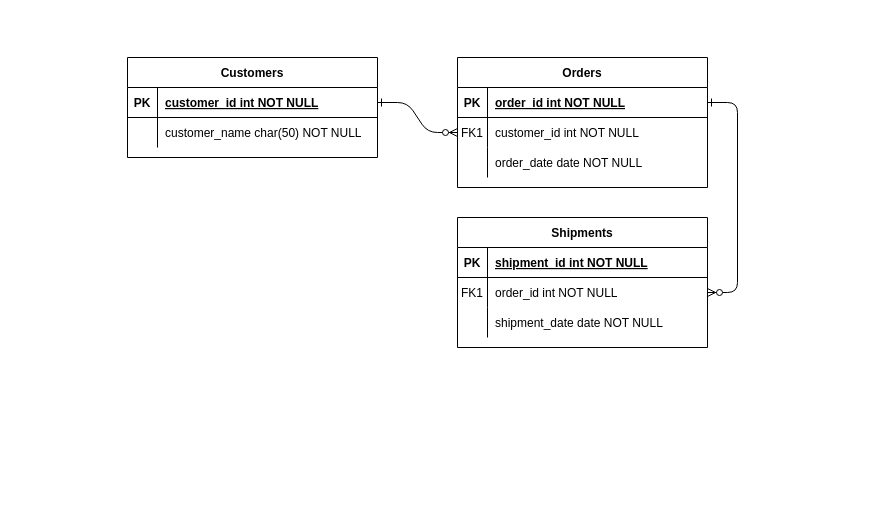
yrvlande/AngularApp keeps this draw.io diagram as Untitled Diagram.drawio. Above is the earlier version. Source tidied: cells renumbered, new cells numbered last; positions are measured from the earlier drawing's top-left corner, leaving out a move shared by most shapes. Both pictures are drawn from the tidied source at 100%, with x=0, y=0 at pixel (127, 57).
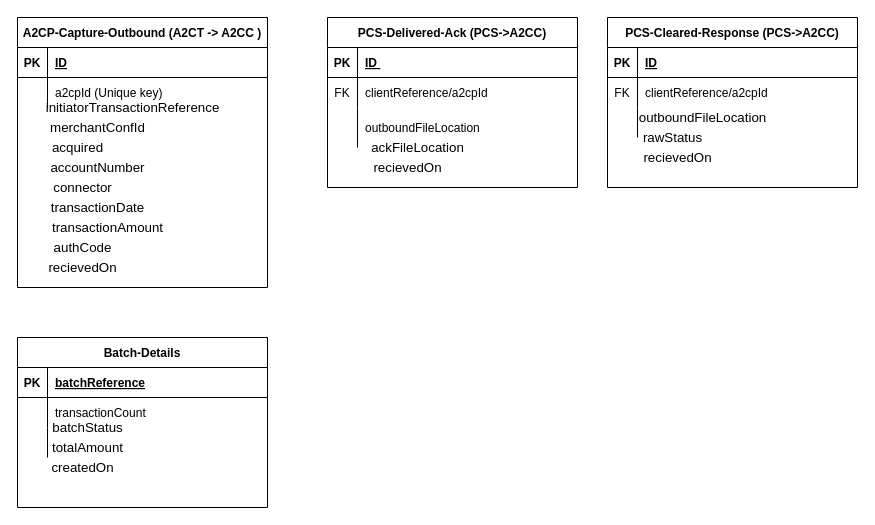
After the change.

Unchanged cells that the change refers to:
```xml
<mxCell id="5" style="shape=partialRectangle;fillColor=none;points=[[0,0.5],[1,0.5]];portConstraint=eastwest;top=0;left=0;right=0;bottom=1;" parent="4" vertex="1">
  <mxGeometry y="30" width="250" height="30" as="geometry" />
</mxCell>
<mxCell id="8" style="shape=partialRectangle;fillColor=none;points=[[0,0.5],[1,0.5]];portConstraint=eastwest;top=0;left=0;right=0;bottom=0;" parent="4" vertex="1">
  <mxGeometry y="60" width="250" height="30" as="geometry" />
</mxCell>
<mxCell id="15" style="shape=partialRectangle;fillColor=none;top=0;left=0;right=0;bottom=1;" parent="14" vertex="1">
  <mxGeometry y="30" width="250" height="30" as="geometry" />
</mxCell>
<mxCell id="18" style="shape=partialRectangle;fillColor=none;points=[[0,0.5],[1,0.5]];portConstraint=eastwest;top=0;left=0;right=0;bottom=0;" parent="14" vertex="1">
  <mxGeometry y="60" width="250" height="30" as="geometry" />
</mxCell>
<mxCell id="21" style="shape=partialRectangle;fillColor=none;top=0;left=0;right=0;bottom=0;" parent="14" vertex="1">
  <mxGeometry y="90" width="250" height="30" as="geometry" />
</mxCell>
<mxCell id="25" style="shape=partialRectangle;fillColor=none;points=[[0,0.5],[1,0.5]];portConstraint=eastwest;top=0;left=0;right=0;bottom=1;" parent="24" vertex="1">
  <mxGeometry y="30" width="250" height="30" as="geometry" />
</mxCell>
<mxCell id="28" style="shape=partialRectangle;fillColor=none;top=0;left=0;right=0;bottom=0;" parent="24" vertex="1">
  <mxGeometry y="60" width="250" height="30" as="geometry" />
</mxCell>
```

What changed in the source:
```diff
@@
-    <mxCell id="2" style="edgeStyle=entityRelationEdgeStyle;endArrow=ERzeroToMany;startArrow=ERone;endFill=1;startFill=0;" parent="1" edge="1" source="25" target="8">
-      <mxGeometry relative="1" as="geometry" />
-    </mxCell>
-    <mxCell id="3" style="edgeStyle=entityRelationEdgeStyle;endArrow=ERzeroToMany;startArrow=ERone;endFill=1;startFill=0;" parent="1" edge="1" source="5" target="18">
-      <mxGeometry relative="1" as="geometry" />
-    </mxCell>
-    <mxCell id="4" value="Orders" style="shape=table;startSize=30;childLayout=tableLayout;rowLines=0;fontStyle=1;align=center;" parent="1" vertex="1">
-      <mxGeometry x="330" width="250" height="130" as="geometry" />
+    <mxCell id="4" value="PCS-Delivered-Ack (PCS-&gt;A2CC)" style="shape=table;startSize=30;childLayout=tableLayout;rowLines=0;fontStyle=1;align=center;" parent="1" vertex="1">
+      <mxGeometry x="200" y="-40" width="250" height="170" as="geometry" />
     </mxCell>
@@
-    <mxCell id="7" value="order_id int NOT NULL " style="shape=partialRectangle;overflow=hidden;fillColor=none;top=0;left=0;bottom=0;right=0;align=left;spacingLeft=6;fontStyle=5;" parent="5" vertex="1">
+    <mxCell id="7" value="ID " style="shape=partialRectangle;overflow=hidden;fillColor=none;top=0;left=0;bottom=0;right=0;align=left;spacingLeft=6;fontStyle=5;" parent="5" vertex="1">
       <mxGeometry x="30" width="220" height="30" as="geometry" />
     </mxCell>
@@
-    <mxCell id="9" value="FK1" style="shape=partialRectangle;overflow=hidden;fillColor=none;top=0;left=0;bottom=0;right=0;" parent="8" vertex="1">
+    <mxCell id="9" value="FK" style="shape=partialRectangle;overflow=hidden;fillColor=none;top=0;left=0;bottom=0;right=0;" parent="8" vertex="1">
       <mxGeometry width="30" height="30" as="geometry" />
     </mxCell>
-    <mxCell id="10" value="customer_id int NOT NULL" style="shape=partialRectangle;overflow=hidden;fillColor=none;top=0;left=0;bottom=0;right=0;align=left;spacingLeft=6;" parent="8" vertex="1">
+    <mxCell id="10" value="clientReference/a2cpId" style="shape=partialRectangle;overflow=hidden;fillColor=none;top=0;left=0;bottom=0;right=0;align=left;spacingLeft=6;" parent="8" vertex="1">
       <mxGeometry x="30" width="220" height="30" as="geometry" />
     </mxCell>
     <mxCell id="11" style="shape=partialRectangle;fillColor=none;top=0;left=0;right=0;bottom=0;" parent="4" vertex="1">
-      <mxGeometry y="90" width="250" height="30" as="geometry" />
+      <mxGeometry y="90" width="250" height="40" as="geometry" />
     </mxCell>
     <mxCell id="12" style="shape=partialRectangle;overflow=hidden;fillColor=none;top=0;left=0;bottom=0;right=0;" parent="11" vertex="1">
-      <mxGeometry width="30" height="30" as="geometry" />
+      <mxGeometry width="30" height="40" as="geometry" />
     </mxCell>
-    <mxCell id="13" value="order_date date NOT NULL" style="shape=partialRectangle;overflow=hidden;fillColor=none;top=0;left=0;bottom=0;right=0;align=left;spacingLeft=6;" parent="11" vertex="1">
-      <mxGeometry x="30" width="220" height="30" as="geometry" />
+    <mxCell id="13" value="outboundFileLocation" style="shape=partialRectangle;overflow=hidden;fillColor=none;top=0;left=0;bottom=0;right=0;align=left;spacingLeft=6;" parent="11" vertex="1">
+      <mxGeometry x="30" width="220" height="40" as="geometry" />
     </mxCell>
-    <mxCell id="14" value="Shipments" style="shape=table;startSize=30;childLayout=tableLayout;rowLines=0;fontStyle=1;align=center;" parent="1" vertex="1">
-      <mxGeometry x="330" y="160" width="250" height="130" as="geometry" />
+    <mxCell id="14" value="PCS-Cleared-Response (PCS-&gt;A2CC)" style="shape=table;startSize=30;childLayout=tableLayout;rowLines=0;fontStyle=1;align=center;" parent="1" vertex="1">
+      <mxGeometry x="480" y="-40" width="250" height="170" as="geometry" />
     </mxCell>
@@
-    <mxCell id="17" value="shipment_id int NOT NULL " style="shape=partialRectangle;overflow=hidden;fillColor=none;top=0;left=0;bottom=0;right=0;align=left;spacingLeft=6;fontStyle=5;" parent="15" vertex="1">
+    <mxCell id="17" value="ID" style="shape=partialRectangle;overflow=hidden;fillColor=none;top=0;left=0;bottom=0;right=0;align=left;spacingLeft=6;fontStyle=5;" parent="15" vertex="1">
       <mxGeometry x="30" width="220" height="30" as="geometry" />
     </mxCell>
@@
-    <mxCell id="19" value="FK1" style="shape=partialRectangle;overflow=hidden;fillColor=none;top=0;left=0;bottom=0;right=0;" parent="18" vertex="1">
+    <mxCell id="19" value="FK" style="shape=partialRectangle;overflow=hidden;fillColor=none;top=0;left=0;bottom=0;right=0;" parent="18" vertex="1">
       <mxGeometry width="30" height="30" as="geometry" />
     </mxCell>
-    <mxCell id="20" value="order_id int NOT NULL" style="shape=partialRectangle;overflow=hidden;fillColor=none;top=0;left=0;bottom=0;right=0;align=left;spacingLeft=6;" parent="18" vertex="1">
+    <mxCell id="20" value="clientReference/a2cpId " style="shape=partialRectangle;overflow=hidden;fillColor=none;top=0;left=0;bottom=0;right=0;align=left;spacingLeft=6;" parent="18" vertex="1">
       <mxGeometry x="30" width="220" height="30" as="geometry" />
     </mxCell>
@@
-    <mxCell id="23" value="shipment_date date NOT NULL" style="shape=partialRectangle;overflow=hidden;fillColor=none;top=0;left=0;bottom=0;right=0;align=left;spacingLeft=6;" parent="21" vertex="1">
+    <mxCell id="23" style="shape=partialRectangle;overflow=hidden;fillColor=none;top=0;left=0;bottom=0;right=0;align=left;spacingLeft=6;" parent="21" vertex="1">
       <mxGeometry x="30" width="220" height="30" as="geometry" />
     </mxCell>
-    <mxCell id="24" value="Customers" style="shape=table;startSize=30;childLayout=tableLayout;rowLines=0;fontStyle=1;align=center;" parent="1" vertex="1">
-      <mxGeometry width="250" height="100" as="geometry" />
+    <mxCell id="24" value="A2CP-Capture-Outbound (A2CT -&gt; A2CC )" style="shape=table;startSize=30;childLayout=tableLayout;rowLines=0;fontStyle=1;align=center;" parent="1" vertex="1">
+      <mxGeometry x="-110" y="-40" width="250" height="270" as="geometry" />
     </mxCell>
@@
-    <mxCell id="27" value="customer_id int NOT NULL " style="shape=partialRectangle;overflow=hidden;fillColor=none;top=0;left=0;bottom=0;right=0;align=left;spacingLeft=6;fontStyle=5;" parent="25" vertex="1">
+    <mxCell id="27" value="ID" style="shape=partialRectangle;overflow=hidden;fillColor=none;top=0;left=0;bottom=0;right=0;align=left;spacingLeft=6;fontStyle=5;" parent="25" vertex="1">
       <mxGeometry x="30" width="220" height="30" as="geometry" />
     </mxCell>
@@
-    <mxCell id="30" value="customer_name char(50) NOT NULL" style="shape=partialRectangle;overflow=hidden;fillColor=none;top=0;left=0;bottom=0;right=0;align=left;spacingLeft=6;" parent="28" vertex="1">
+    <mxCell id="30" value="a2cpId (Unique key)" style="shape=partialRectangle;overflow=hidden;fillColor=none;top=0;left=0;bottom=0;right=0;align=left;spacingLeft=6;" parent="28" vertex="1">
       <mxGeometry x="30" width="220" height="30" as="geometry" />
     </mxCell>
+    <mxCell id="31" value="&lt;span style=&quot;font-size: 10pt ; font-family: &amp;#34;calibri&amp;#34;&quot;&gt;initiatorTransactionReference&lt;/span&gt;" style="text;html=1;align=center;verticalAlign=middle;" parent="1" vertex="1">
+      <mxGeometry x="-80" y="40" width="170" height="20" as="geometry" />
+    </mxCell>
+    <mxCell id="32" value="&lt;span style=&quot;font-size: 10pt ; font-family: &amp;#34;calibri&amp;#34;&quot;&gt;merchantConfId&lt;/span&gt;" style="text;html=1;align=center;verticalAlign=middle;" parent="1" vertex="1">
+      <mxGeometry x="-80" y="60" width="100" height="20" as="geometry" />
+    </mxCell>
+    <mxCell id="33" value="&lt;span style=&quot;font-size: 10pt ; font-family: &amp;#34;calibri&amp;#34;&quot;&gt;acquired&lt;/span&gt;" style="text;html=1;align=center;verticalAlign=middle;" parent="1" vertex="1">
+      <mxGeometry x="-80" y="80" width="60" height="20" as="geometry" />
+    </mxCell>
+    <mxCell id="34" value="&lt;span style=&quot;font-size: 10pt ; font-family: &amp;#34;calibri&amp;#34;&quot;&gt;connector&lt;/span&gt;" style="text;html=1;align=center;verticalAlign=middle;" parent="1" vertex="1">
+      <mxGeometry x="-80" y="120" width="70" height="20" as="geometry" />
+    </mxCell>
+    <mxCell id="35" value="&lt;span style=&quot;font-size: 10pt ; font-family: &amp;#34;calibri&amp;#34;&quot;&gt;accountNumber&lt;/span&gt;" style="text;html=1;align=center;verticalAlign=middle;" parent="1" vertex="1">
+      <mxGeometry x="-80" y="100" width="100" height="20" as="geometry" />
+    </mxCell>
+    <mxCell id="36" value="&lt;span style=&quot;font-size: 10pt ; font-family: &amp;#34;calibri&amp;#34;&quot;&gt;transactionDate&lt;/span&gt;" style="text;html=1;align=center;verticalAlign=middle;" parent="1" vertex="1">
+      <mxGeometry x="-80" y="140" width="100" height="20" as="geometry" />
+    </mxCell>
+    <mxCell id="37" value="&lt;span style=&quot;font-size: 10pt ; font-family: &amp;#34;calibri&amp;#34;&quot;&gt;transactionAmount&lt;/span&gt;" style="text;html=1;align=center;verticalAlign=middle;" parent="1" vertex="1">
+      <mxGeometry x="-80" y="160" width="120" height="20" as="geometry" />
+    </mxCell>
+    <mxCell id="38" value="&lt;span style=&quot;font-size: 10pt ; font-family: &amp;#34;calibri&amp;#34;&quot;&gt;authCode&lt;/span&gt;" style="text;html=1;align=center;verticalAlign=middle;" parent="1" vertex="1">
+      <mxGeometry x="-80" y="180" width="70" height="20" as="geometry" />
+    </mxCell>
+    <mxCell id="39" value="&lt;span style=&quot;font-size: 10pt ; font-family: &amp;#34;calibri&amp;#34;&quot;&gt;recievedOn&lt;/span&gt;" style="text;html=1;align=center;verticalAlign=middle;" parent="1" vertex="1">
+      <mxGeometry x="-85" y="200" width="80" height="20" as="geometry" />
+    </mxCell>
+    <mxCell id="40" value="&lt;span style=&quot;font-size: 10pt ; font-family: &amp;#34;calibri&amp;#34;&quot;&gt;ackFileLocation&lt;/span&gt;" style="text;html=1;align=center;verticalAlign=middle;" parent="1" vertex="1">
+      <mxGeometry x="240" y="80" width="100" height="20" as="geometry" />
+    </mxCell>
+    <mxCell id="41" value="&lt;span style=&quot;font-size: 10pt ; font-family: &amp;#34;calibri&amp;#34;&quot;&gt;recievedOn&lt;/span&gt;" style="text;html=1;align=center;verticalAlign=middle;" parent="1" vertex="1">
+      <mxGeometry x="240" y="100" width="80" height="20" as="geometry" />
+    </mxCell>
+    <mxCell id="42" value="&lt;span style=&quot;font-size: 10pt ; font-family: &amp;#34;calibri&amp;#34;&quot;&gt;outboundFileLocation&lt;/span&gt;" style="text;html=1;align=center;verticalAlign=middle;" parent="1" vertex="1">
+      <mxGeometry x="510" y="50" width="130" height="20" as="geometry" />
+    </mxCell>
+    <mxCell id="43" value="&lt;span style=&quot;font-size: 10pt ; font-family: &amp;#34;calibri&amp;#34;&quot;&gt;rawStatus&lt;/span&gt;" style="text;html=1;align=center;verticalAlign=middle;" parent="1" vertex="1">
+      <mxGeometry x="510" y="70" width="70" height="20" as="geometry" />
+    </mxCell>
+    <mxCell id="44" value="&lt;span style=&quot;font-size: 10pt ; font-family: &amp;#34;calibri&amp;#34;&quot;&gt;recievedOn&lt;/span&gt;" style="text;html=1;align=center;verticalAlign=middle;" parent="1" vertex="1">
+      <mxGeometry x="510" y="90" width="80" height="20" as="geometry" />
+    </mxCell>
+    <mxCell id="45" value="Batch-Details" style="shape=table;startSize=30;childLayout=tableLayout;rowLines=0;fontStyle=1;align=center;" parent="1" vertex="1">
+      <mxGeometry x="-110" y="280" width="250" height="170" as="geometry" />
+    </mxCell>
+    <mxCell id="46" style="shape=partialRectangle;fillColor=none;top=0;left=0;right=0;bottom=1;" parent="45" vertex="1">
+      <mxGeometry y="30" width="250" height="30" as="geometry" />
+    </mxCell>
+    <mxCell id="47" value="PK" style="shape=partialRectangle;overflow=hidden;fillColor=none;top=0;left=0;bottom=0;right=0;fontStyle=1;" parent="46" vertex="1">
+      <mxGeometry width="30" height="30" as="geometry" />
+    </mxCell>
+    <mxCell id="48" value="batchReference" style="shape=partialRectangle;overflow=hidden;fillColor=none;top=0;left=0;bottom=0;right=0;align=left;spacingLeft=6;fontStyle=5;" parent="46" vertex="1">
+      <mxGeometry x="30" width="220" height="30" as="geometry" />
+    </mxCell>
+    <mxCell id="49" style="shape=partialRectangle;fillColor=none;top=0;left=0;right=0;bottom=0;" parent="45" vertex="1">
+      <mxGeometry y="60" width="250" height="30" as="geometry" />
+    </mxCell>
+    <mxCell id="50" style="shape=partialRectangle;overflow=hidden;fillColor=none;top=0;left=0;bottom=0;right=0;" parent="49" vertex="1">
+      <mxGeometry width="30" height="30" as="geometry" />
+    </mxCell>
+    <mxCell id="51" value="transactionCount" style="shape=partialRectangle;overflow=hidden;fillColor=none;top=0;left=0;bottom=0;right=0;align=left;spacingLeft=6;" parent="49" vertex="1">
+      <mxGeometry x="30" width="220" height="30" as="geometry" />
+    </mxCell>
+    <mxCell id="52" style="shape=partialRectangle;fillColor=none;top=0;left=0;right=0;bottom=0;" parent="45" vertex="1">
+      <mxGeometry y="90" width="250" height="30" as="geometry" />
+    </mxCell>
+    <mxCell id="53" style="shape=partialRectangle;overflow=hidden;fillColor=none;top=0;left=0;bottom=0;right=0;" parent="52" vertex="1">
+      <mxGeometry width="30" height="30" as="geometry" />
+    </mxCell>
+    <mxCell id="54" style="shape=partialRectangle;overflow=hidden;fillColor=none;top=0;left=0;bottom=0;right=0;align=left;spacingLeft=6;" parent="52" vertex="1">
+      <mxGeometry x="30" width="220" height="30" as="geometry" />
+    </mxCell>
+    <mxCell id="55" value="&lt;span style=&quot;font-size: 10pt ; font-family: &amp;#34;calibri&amp;#34;&quot;&gt;batchStatus&lt;/span&gt;" style="text;html=1;align=center;verticalAlign=middle;" parent="1" vertex="1">
+      <mxGeometry x="-80" y="360" width="80" height="20" as="geometry" />
+    </mxCell>
+    <mxCell id="56" value="&lt;span style=&quot;font-size: 10pt ; font-family: &amp;#34;calibri&amp;#34;&quot;&gt;totalAmount&lt;/span&gt;" style="text;html=1;align=center;verticalAlign=middle;" parent="1" vertex="1">
+      <mxGeometry x="-80" y="380" width="80" height="20" as="geometry" />
+    </mxCell>
+    <mxCell id="57" value="&lt;span style=&quot;font-size: 10pt ; font-family: &amp;#34;calibri&amp;#34;&quot;&gt;createdOn&lt;/span&gt;" style="text;html=1;align=center;verticalAlign=middle;" parent="1" vertex="1">
+      <mxGeometry x="-80" y="400" width="70" height="20" as="geometry" />
+    </mxCell>
```
